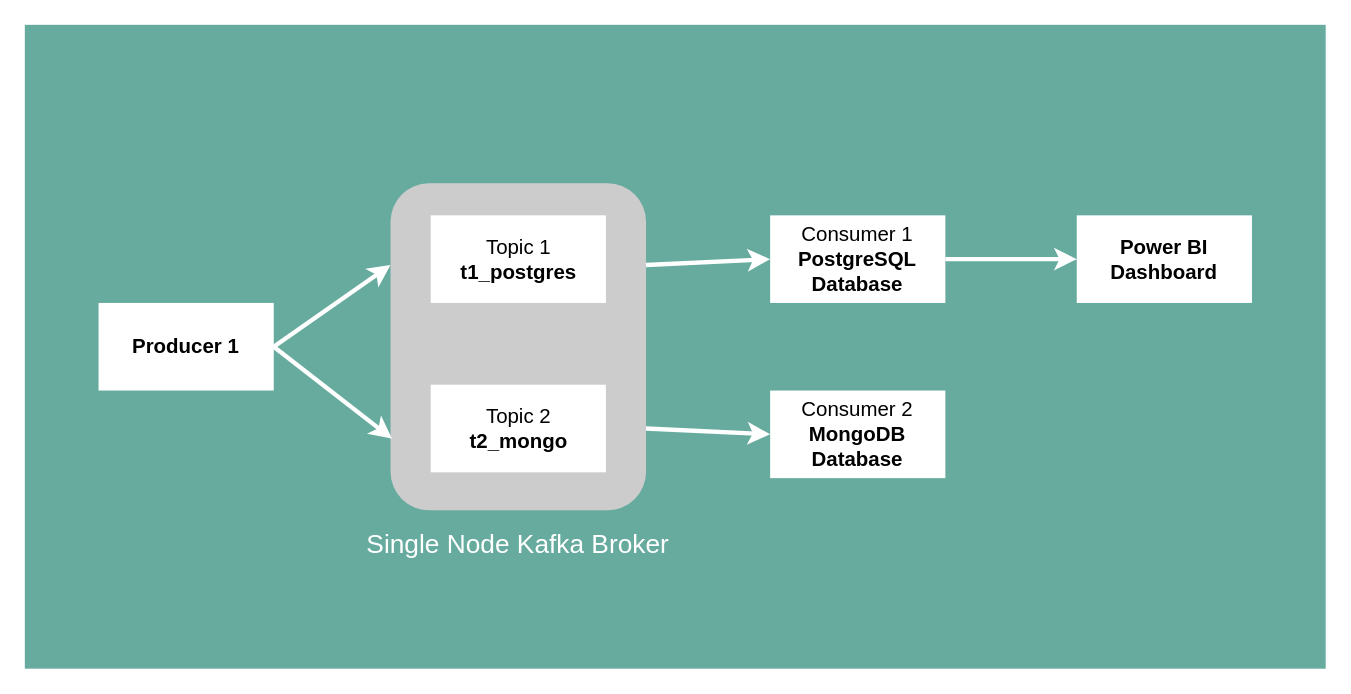
The draw.io diagram img/High-Level-Architecture.drawio in ebubeabara/real-time-infrastructure-monitoring, before the edit. Source tidied: cells renumbered, new cells numbered last; positions are measured from the earlier drawing's top-left corner, leaving out a move shared by most shapes. Both pictures are drawn from the tidied source at 146%, with x=0, y=0 at pixel (25, 25).
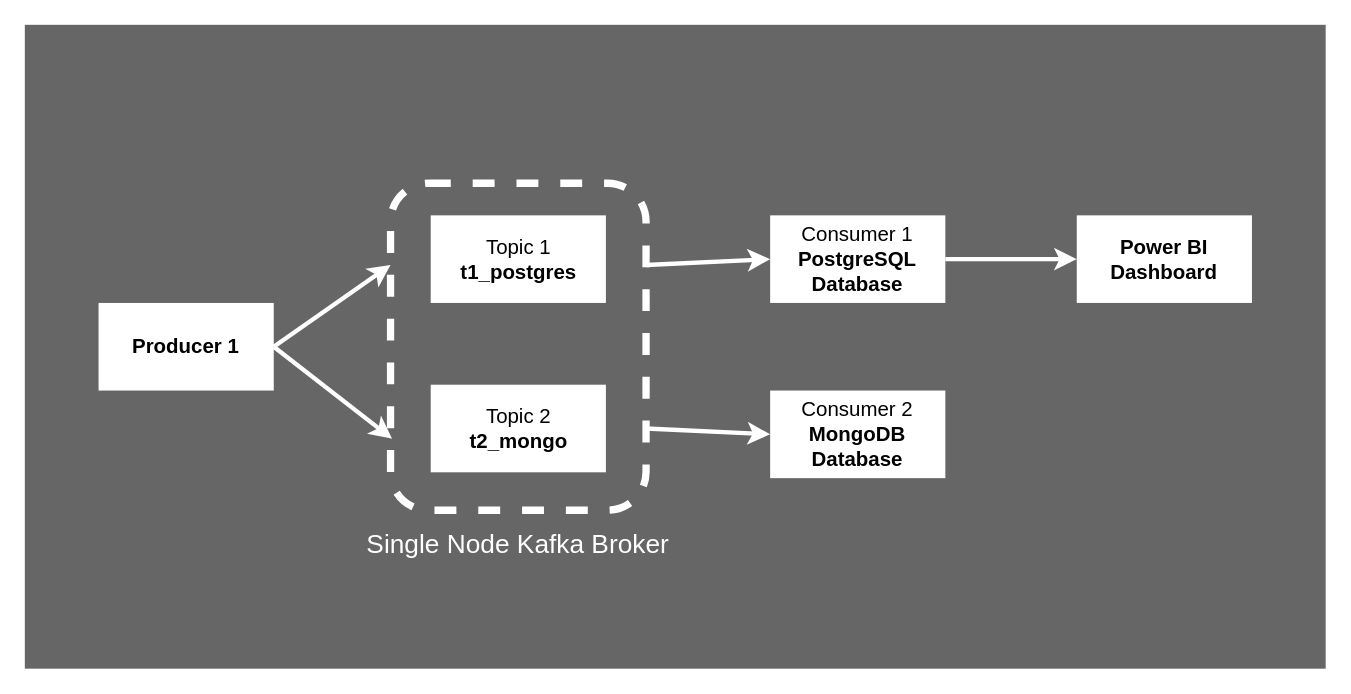
The same page after the edit.

Diff of the diagram source:
```diff
@@
 <mxGraphModel>
   <root>
-    <mxCell id="0" />
-    <mxCell id="1" parent="0" />
-    <mxCell id="2" style="rounded=0;whiteSpace=wrap;html=1;fontColor=#ffffff;fontStyle=1;fontSize=14;fillColor=#67AB9F;strokeColor=#67AB9F;" parent="1" vertex="1">
-      <mxGeometry width="890" height="440" as="geometry" />
-    </mxCell>
+    <mxCell id="16" />
+    <mxCell id="17" parent="16" />
+    <mxCell id="18" style="rounded=0;whiteSpace=wrap;html=1;fontColor=#ffffff;fontStyle=1;fontSize=14;fillColor=#666666;strokeColor=#666666;" parent="17" vertex="1">
+      <mxGeometry width="890" height="440" as="geometry" />
+    </mxCell>
-    <mxCell id="3" value="Producer 1" style="rounded=0;whiteSpace=wrap;html=1;fillColor=#FFFFFF;strokeColor=none;fontStyle=1;fontSize=14;" parent="1" vertex="1">
+    <mxCell id="3" value="Producer 1" style="rounded=0;whiteSpace=wrap;html=1;fillColor=#FFFFFF;strokeColor=none;fontStyle=1;fontSize=14;" parent="17" vertex="1">
       <mxGeometry x="50" y="190" width="120" height="60" as="geometry" />
     </mxCell>
-    <mxCell id="4" style="rounded=1;whiteSpace=wrap;html=1;fillColor=#CCCCCC;strokeColor=none;fontStyle=1;fontSize=14;" parent="1" vertex="1">
-      <mxGeometry x="250" y="108" width="175" height="224" as="geometry" />
-    </mxCell>
+    <mxCell id="19" style="rounded=1;whiteSpace=wrap;html=1;fontStyle=1;fontSize=14;strokeColor=#FFFFFF;strokeWidth=5;dashed=1;fillColor=none;" parent="17" vertex="1">
+      <mxGeometry x="250" y="108" width="175" height="224" as="geometry" />
+    </mxCell>
-    <mxCell id="5" value="&lt;span style=&quot;font-weight: normal&quot;&gt;Consumer 1&lt;br style=&quot;font-size: 14px&quot;&gt;&lt;/span&gt;PostgreSQL Database" style="rounded=0;whiteSpace=wrap;html=1;fillColor=#FFFFFF;strokeColor=none;fontStyle=1;fontSize=14;" parent="1" vertex="1">
+    <mxCell id="5" value="&lt;span style=&quot;font-weight: normal&quot;&gt;Consumer 1&lt;br style=&quot;font-size: 14px&quot;&gt;&lt;/span&gt;PostgreSQL Database" style="rounded=0;whiteSpace=wrap;html=1;fillColor=#FFFFFF;strokeColor=none;fontStyle=1;fontSize=14;" parent="17" vertex="1">
       <mxGeometry x="510" y="130" width="120" height="60" as="geometry" />
     </mxCell>
-    <mxCell id="6" value="&lt;span style=&quot;font-weight: normal&quot;&gt;Consumer 2&lt;br style=&quot;font-size: 14px&quot;&gt;&lt;/span&gt;MongoDB Database" style="rounded=0;whiteSpace=wrap;html=1;fillColor=#FFFFFF;strokeColor=none;fontStyle=1;fontSize=14;" parent="1" vertex="1">
+    <mxCell id="6" value="&lt;span style=&quot;font-weight: normal&quot;&gt;Consumer 2&lt;br style=&quot;font-size: 14px&quot;&gt;&lt;/span&gt;MongoDB Database" style="rounded=0;whiteSpace=wrap;html=1;fillColor=#FFFFFF;strokeColor=none;fontStyle=1;fontSize=14;" parent="17" vertex="1">
       <mxGeometry x="510" y="250" width="120" height="60" as="geometry" />
     </mxCell>
-    <mxCell id="7" value="Power BI&lt;br style=&quot;font-size: 14px;&quot;&gt;Dashboard" style="rounded=0;whiteSpace=wrap;html=1;fillColor=#FFFFFF;strokeColor=none;fontStyle=1;fontSize=14;" parent="1" vertex="1">
+    <mxCell id="7" value="Power BI&lt;br style=&quot;font-size: 14px;&quot;&gt;Dashboard" style="rounded=0;whiteSpace=wrap;html=1;fillColor=#FFFFFF;strokeColor=none;fontStyle=1;fontSize=14;" parent="17" vertex="1">
       <mxGeometry x="720" y="130" width="120" height="60" as="geometry" />
     </mxCell>
-    <mxCell id="8" value="&lt;span style=&quot;font-weight: normal&quot;&gt;Topic 1&lt;br style=&quot;font-size: 14px&quot;&gt;&lt;/span&gt;t1_postgres" style="rounded=0;whiteSpace=wrap;html=1;fillColor=#FFFFFF;strokeColor=none;fontStyle=1;fontSize=14;" parent="1" vertex="1">
+    <mxCell id="8" value="&lt;span style=&quot;font-weight: normal&quot;&gt;Topic 1&lt;br style=&quot;font-size: 14px&quot;&gt;&lt;/span&gt;t1_postgres" style="rounded=0;whiteSpace=wrap;html=1;fillColor=#FFFFFF;strokeColor=none;fontStyle=1;fontSize=14;" parent="17" vertex="1">
       <mxGeometry x="277.5" y="130" width="120" height="60" as="geometry" />
     </mxCell>
-    <mxCell id="9" value="&lt;span style=&quot;font-weight: normal&quot;&gt;Topic 2&lt;br style=&quot;font-size: 14px&quot;&gt;&lt;/span&gt;t2_mongo" style="rounded=0;whiteSpace=wrap;html=1;fillColor=#FFFFFF;strokeColor=none;fontStyle=1;fontSize=14;" parent="1" vertex="1">
+    <mxCell id="9" value="&lt;span style=&quot;font-weight: normal&quot;&gt;Topic 2&lt;br style=&quot;font-size: 14px&quot;&gt;&lt;/span&gt;t2_mongo" style="rounded=0;whiteSpace=wrap;html=1;fillColor=#FFFFFF;strokeColor=none;fontStyle=1;fontSize=14;" parent="17" vertex="1">
       <mxGeometry x="277.5" y="246" width="120" height="60" as="geometry" />
     </mxCell>
-    <mxCell id="10" style="endArrow=classic;html=1;exitX=1;exitY=0.5;exitDx=0;exitDy=0;entryX=0;entryY=0.25;entryDx=0;entryDy=0;strokeColor=#FFFFFF;strokeWidth=3;fontStyle=1;fontSize=14;" parent="1" edge="1" source="3" target="4">
-      <mxGeometry relative="1" as="geometry" />
-    </mxCell>
-    <mxCell id="11" style="endArrow=classic;html=1;exitX=1;exitY=0.5;exitDx=0;exitDy=0;entryX=0.006;entryY=0.781;entryDx=0;entryDy=0;strokeColor=#FFFFFF;entryPerimeter=0;strokeWidth=3;fontStyle=1;fontSize=14;" parent="1" edge="1" source="3" target="4">
-      <mxGeometry relative="1" as="geometry" />
-    </mxCell>
-    <mxCell id="12" style="endArrow=classic;html=1;exitX=1;exitY=0.25;exitDx=0;exitDy=0;entryX=0;entryY=0.5;entryDx=0;entryDy=0;strokeColor=#FFFFFF;strokeWidth=3;fontStyle=1;fontSize=14;" parent="1" edge="1" source="4" target="5">
-      <mxGeometry relative="1" as="geometry" />
-    </mxCell>
-    <mxCell id="13" style="endArrow=classic;html=1;exitX=1;exitY=0.75;exitDx=0;exitDy=0;entryX=0;entryY=0.5;entryDx=0;entryDy=0;strokeColor=#FFFFFF;strokeWidth=3;fontStyle=1;fontSize=14;" parent="1" edge="1" source="4" target="6">
-      <mxGeometry relative="1" as="geometry" />
-    </mxCell>
+    <mxCell id="20" style="endArrow=classic;html=1;exitX=1;exitY=0.5;exitDx=0;exitDy=0;entryX=0;entryY=0.25;entryDx=0;entryDy=0;strokeColor=#FFFFFF;strokeWidth=3;fontStyle=1;fontSize=14;" parent="17" edge="1" source="3" target="19">
+      <mxGeometry relative="1" as="geometry" />
+    </mxCell>
+    <mxCell id="21" style="endArrow=classic;html=1;exitX=1;exitY=0.5;exitDx=0;exitDy=0;entryX=0.006;entryY=0.781;entryDx=0;entryDy=0;strokeColor=#FFFFFF;entryPerimeter=0;strokeWidth=3;fontStyle=1;fontSize=14;" parent="17" edge="1" source="3" target="19">
+      <mxGeometry relative="1" as="geometry" />
+    </mxCell>
+    <mxCell id="22" style="endArrow=classic;html=1;exitX=1;exitY=0.25;exitDx=0;exitDy=0;entryX=0;entryY=0.5;entryDx=0;entryDy=0;strokeColor=#FFFFFF;strokeWidth=3;fontStyle=1;fontSize=14;" parent="17" edge="1" source="19" target="5">
+      <mxGeometry relative="1" as="geometry" />
+    </mxCell>
+    <mxCell id="23" style="endArrow=classic;html=1;exitX=1;exitY=0.75;exitDx=0;exitDy=0;entryX=0;entryY=0.5;entryDx=0;entryDy=0;strokeColor=#FFFFFF;strokeWidth=3;fontStyle=1;fontSize=14;" parent="17" edge="1" source="19" target="6">
+      <mxGeometry relative="1" as="geometry" />
+    </mxCell>
-    <mxCell id="14" style="endArrow=classic;html=1;exitX=1;exitY=0.5;exitDx=0;exitDy=0;entryX=0;entryY=0.5;entryDx=0;entryDy=0;strokeColor=#FFFFFF;strokeWidth=3;fontStyle=1;fontSize=14;" parent="1" edge="1" source="5" target="7">
+    <mxCell id="14" style="endArrow=classic;html=1;exitX=1;exitY=0.5;exitDx=0;exitDy=0;entryX=0;entryY=0.5;entryDx=0;entryDy=0;strokeColor=#FFFFFF;strokeWidth=3;fontStyle=1;fontSize=14;" parent="17" edge="1" source="5" target="7">
       <mxGeometry relative="1" as="geometry" />
     </mxCell>
-    <mxCell id="15" value="Single Node Kafka Broker" style="text;html=1;strokeColor=none;fillColor=none;align=center;verticalAlign=middle;whiteSpace=wrap;rounded=0;fontSize=18;fontColor=#FFFFFF;" parent="1" vertex="1">
+    <mxCell id="15" value="Single Node Kafka Broker" style="text;html=1;strokeColor=none;fillColor=none;align=center;verticalAlign=middle;whiteSpace=wrap;rounded=0;fontSize=18;fontColor=#FFFFFF;" parent="17" vertex="1">
       <mxGeometry x="220" y="346" width="235" height="20" as="geometry" />
     </mxCell>
   </root>
 </mxGraphModel>
```
